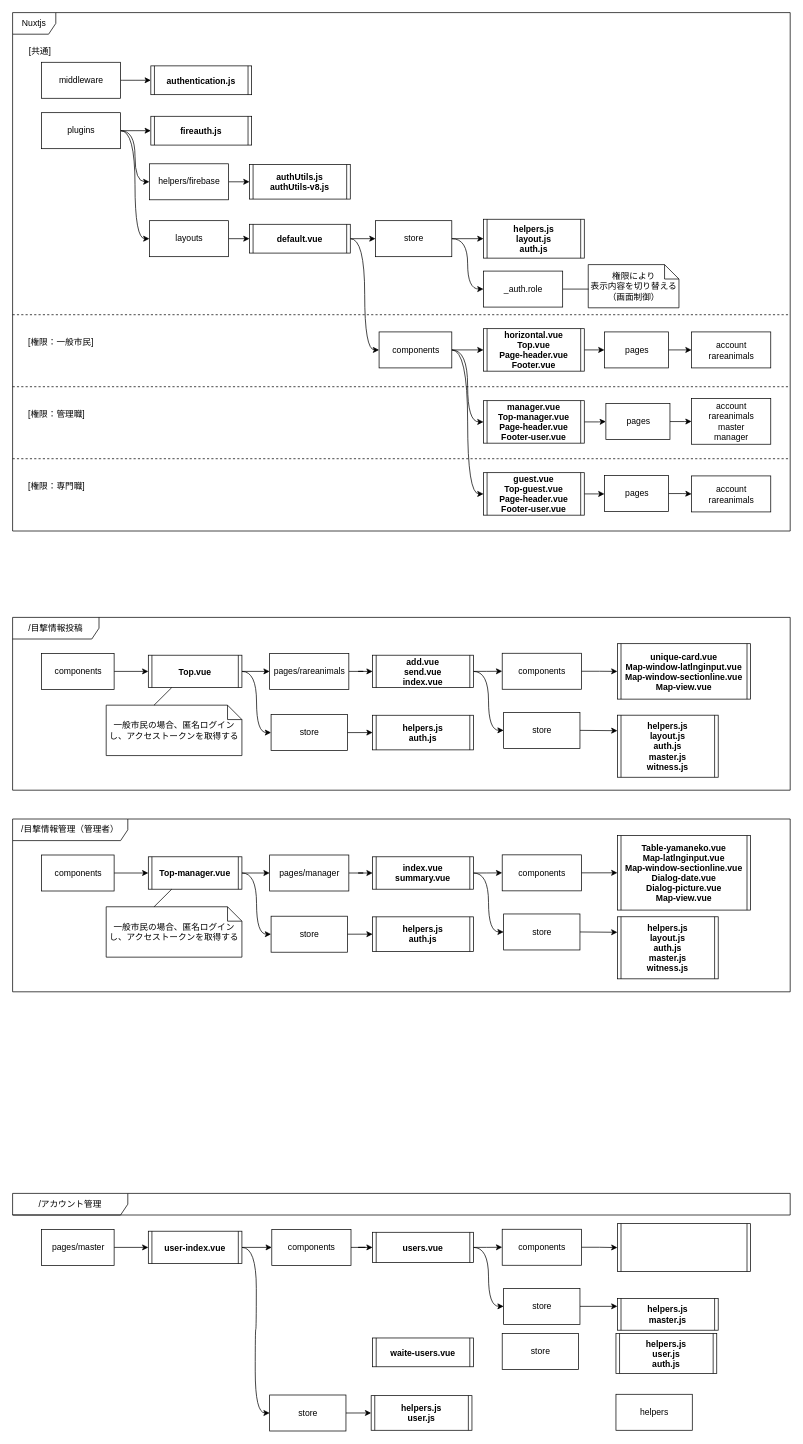
The draw.io diagram page "ディレクトリ構成" (3 of 6) of Iriomote.drawio in kaoru387/draw.io, before the edit. Source tidied: cells renumbered, new cells numbered last; positions are measured from the earlier drawing's top-left corner, leaving out a move shared by most shapes. Both pictures are drawn from the tidied source at 72%, with x=0, y=0 at pixel (12, 12).
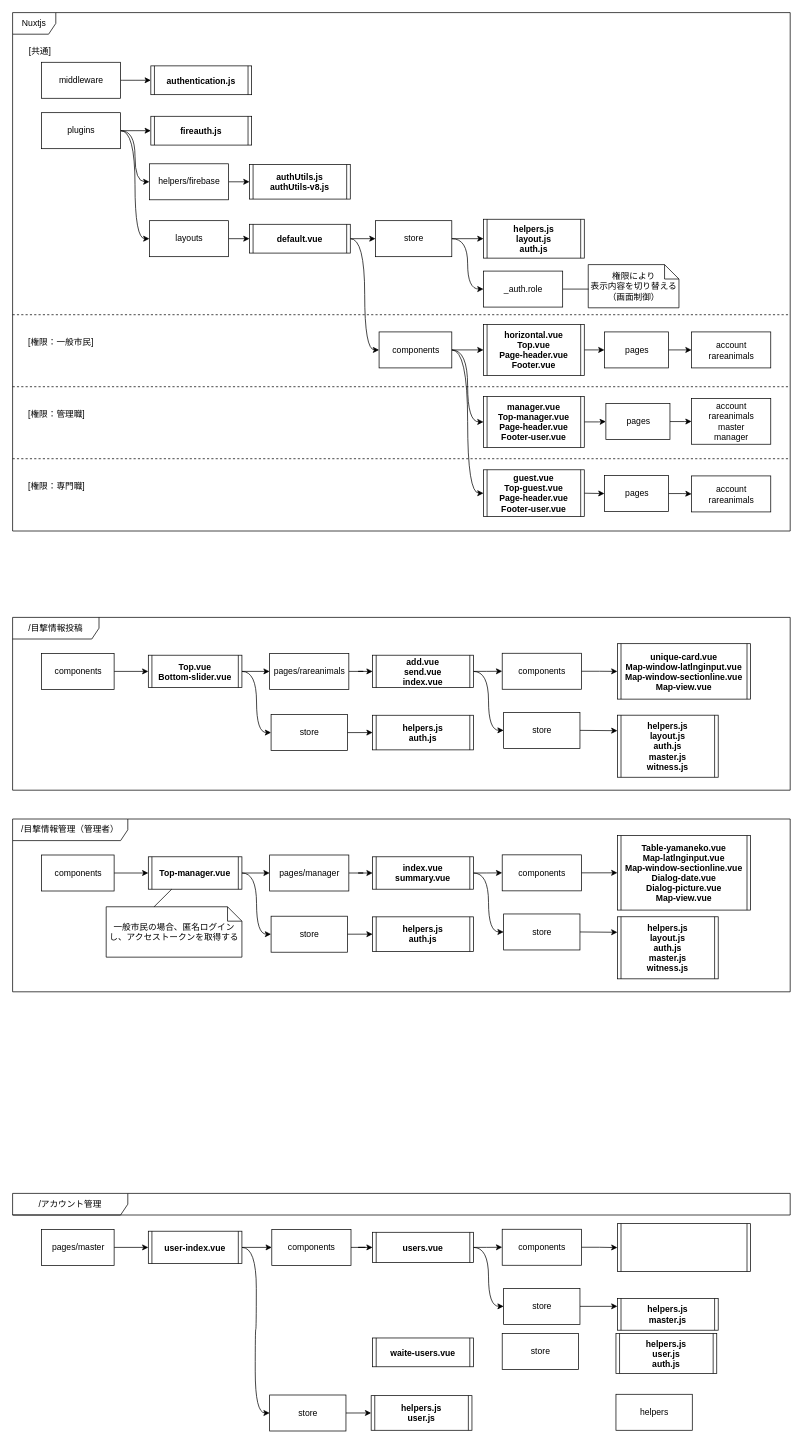
The same page after the edit.

Commit message:
Iriomote.drawio を更新します

The change refers to these unchanged cells:
```xml
<mxCell id="46" value="pages" style="html=1;" parent="1" vertex="1">
  <mxGeometry x="822" y="643" width="89" height="50" as="geometry" />
</mxCell>
```

Diff of the diagram source:
```diff
@@
     <mxCell id="29" value="horizontal.vue&#10;Top.vue&#10;Page-header.vue&#10;Footer.vue" style="shape=process2;fixedSize=1;size=5;fontStyle=1;" parent="1" vertex="1">
-      <mxGeometry x="654" y="439" width="140" height="59" as="geometry" />
+      <mxGeometry x="654" y="433" width="140" height="71" as="geometry" />
     </mxCell>
@@
     <mxCell id="31" value="manager.vue&#10;Top-manager.vue&#10;Page-header.vue&#10;Footer-user.vue" style="shape=process2;fixedSize=1;size=5;fontStyle=1;" parent="1" vertex="1">
-      <mxGeometry x="654" y="539" width="140" height="59" as="geometry" />
+      <mxGeometry x="654" y="533" width="140" height="71" as="geometry" />
     </mxCell>
-    <mxCell id="32" style="edgeStyle=orthogonalEdgeStyle;rounded=0;jettySize=auto;html=1;exitX=1;exitY=0.5;exitDx=0;exitDy=0;entryX=0;entryY=0.5;entryDx=0;entryDy=0;" parent="1" edge="1" source="33" target="46">
+    <mxCell id="32" style="edgeStyle=none;rounded=0;jettySize=auto;html=1;exitX=1;exitY=0.5;exitDx=0;exitDy=0;entryX=0;entryY=0.5;entryDx=0;entryDy=0;" parent="1" edge="1" source="33" target="46">
       <mxGeometry relative="1" as="geometry" />
     </mxCell>
     <mxCell id="33" value="guest.vue&#10;Top-guest.vue&#10;Page-header.vue&#10;Footer-user.vue" style="shape=process2;fixedSize=1;size=5;fontStyle=1;" parent="1" vertex="1">
-      <mxGeometry x="654" y="639" width="140" height="59" as="geometry" />
+      <mxGeometry x="654" y="635" width="140" height="65" as="geometry" />
     </mxCell>
@@
-    <mxCell id="62" value="Top.vue" style="shape=process2;fixedSize=1;size=5;fontStyle=1;" parent="1" vertex="1">
+    <mxCell id="62" value="Top.vue&#10;Bottom-slider.vue" style="shape=process2;fixedSize=1;size=5;fontStyle=1;" parent="1" vertex="1">
       <mxGeometry x="188.5" y="892.5" width="130" height="45" as="geometry" />
     </mxCell>
@@
-    <mxCell id="69" value="一般市民の場合、匿名ログインし、アクセストークンを取得する" style="shape=note;size=20;whiteSpace=wrap;html=1;" parent="1" vertex="1">
-      <mxGeometry x="130" y="961.9" width="188.5" height="70" as="geometry" />
-    </mxCell>
-    <mxCell id="70" style="endArrow=none;html=1;rounded=0;exitX=0.25;exitY=1;exitDx=0;exitDy=0;entryX=0.352;entryY=0.002;entryDx=0;entryDy=0;entryPerimeter=0;" parent="1" edge="1" source="62" target="69">
-      <mxGeometry relative="1" as="geometry" />
-    </mxCell>
```
